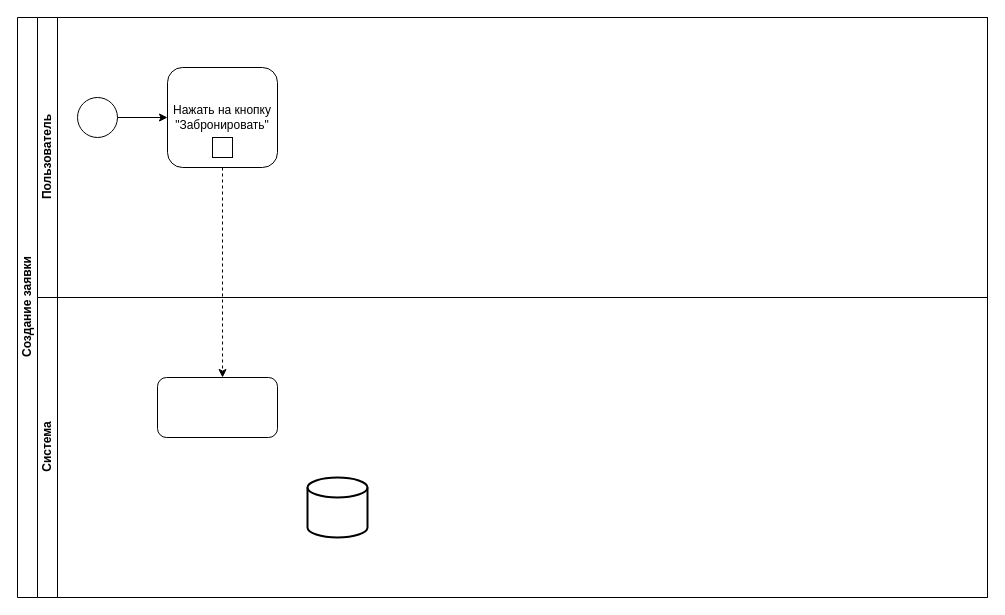
pytonuserouner/UML_study keeps this draw.io diagram as BPMN_study.drawio. Above is the earlier version. Source tidied: cells renumbered, new cells numbered last; positions are measured from the earlier drawing's top-left corner, leaving out a move shared by most shapes. Both pictures are drawn from the tidied source at 100%, with x=0, y=0 at pixel (17, 17).
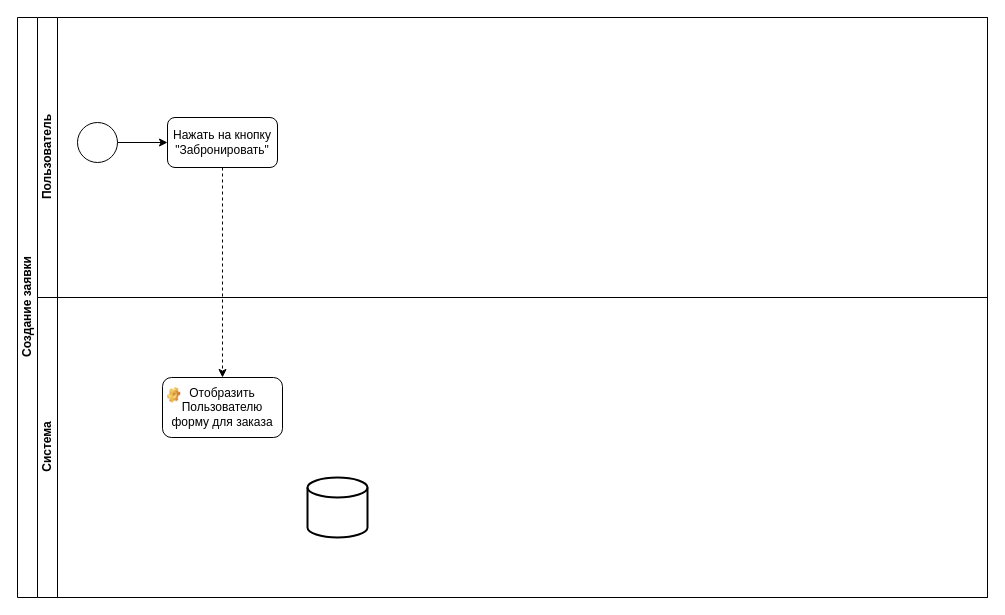
The same page after the edit.

What changed in the source:
```diff
@@
 <mxGraphModel>
   <root>
     <mxCell id="0" />
     <mxCell id="1" parent="0" />
     <mxCell id="2" value="Создание заявки" style="swimlane;html=1;horizontal=0;startSize=20;" parent="1" vertex="1">
       <mxGeometry width="970" height="580" as="geometry" />
     </mxCell>
     <mxCell id="3" value="Пользователь" style="swimlane;html=1;startSize=20;horizontal=0;" parent="2" vertex="1">
       <mxGeometry x="20" width="950" height="280" as="geometry" />
     </mxCell>
     <mxCell id="4" style="ellipse;whiteSpace=wrap;html=1;" parent="3" vertex="1">
-      <mxGeometry x="40" y="80" width="40" height="40" as="geometry" />
+      <mxGeometry x="40" y="105" width="40" height="40" as="geometry" />
     </mxCell>
     <mxCell id="5" value="Нажать на кнопку &quot;Забронировать&quot;" style="rounded=1;whiteSpace=wrap;html=1;" parent="3" vertex="1">
-      <mxGeometry x="130" y="50" width="110" height="100" as="geometry" />
+      <mxGeometry x="130" y="100" width="110" height="50" as="geometry" />
     </mxCell>
     <mxCell id="6" style="endArrow=classic;html=1;rounded=0;exitX=1;exitY=0.5;exitDx=0;exitDy=0;entryX=0;entryY=0.5;entryDx=0;entryDy=0;" parent="3" edge="1" source="4" target="5">
       <mxGeometry relative="1" as="geometry" />
     </mxCell>
-    <mxCell id="7" style="whiteSpace=wrap;html=1;" parent="3" vertex="1">
-      <mxGeometry x="175" y="120" width="20" height="20" as="geometry" />
-    </mxCell>
     <mxCell id="8" value="Система" style="swimlane;html=1;startSize=20;horizontal=0;" parent="2" vertex="1">
       <mxGeometry x="20" y="280" width="950" height="300" as="geometry" />
     </mxCell>
-    <mxCell id="9" style="rounded=1;whiteSpace=wrap;html=1;" parent="8" vertex="1">
-      <mxGeometry x="120" y="80" width="120" height="60" as="geometry" />
+    <mxCell id="9" value="Отобразить Пользователю форму для заказа" style="rounded=1;whiteSpace=wrap;html=1;" parent="8" vertex="1">
+      <mxGeometry x="125" y="80" width="120" height="60" as="geometry" />
     </mxCell>
     <mxCell id="10" style="strokeWidth=2;html=1;shape=mxgraph.flowchart.database;whiteSpace=wrap;" parent="8" vertex="1">
       <mxGeometry x="270" y="180" width="60" height="60" as="geometry" />
     </mxCell>
+    <mxCell id="12" style="shape=image;html=1;verticalLabelPosition=bottom;verticalAlign=top;imageAspect=1;image=img/clipart/Gear_128x128.png;" parent="8" vertex="1">
+      <mxGeometry x="130" y="90" width="13.2" height="15.5" as="geometry" />
+    </mxCell>
-    <mxCell id="11" style="endArrow=classic;html=1;rounded=0;exitX=0.5;exitY=1;exitDx=0;exitDy=0;dashed=1;entryX=0.542;entryY=0;entryDx=0;entryDy=0;entryPerimeter=0;" parent="2" edge="1" source="5" target="9">
+    <mxCell id="11" style="endArrow=classic;html=1;rounded=0;exitX=0.5;exitY=1;exitDx=0;exitDy=0;dashed=1;entryX=0.5;entryY=0;entryDx=0;entryDy=0;" parent="2" edge="1" source="5" target="9">
       <mxGeometry relative="1" as="geometry" />
     </mxCell>
   </root>
 </mxGraphModel>
```
